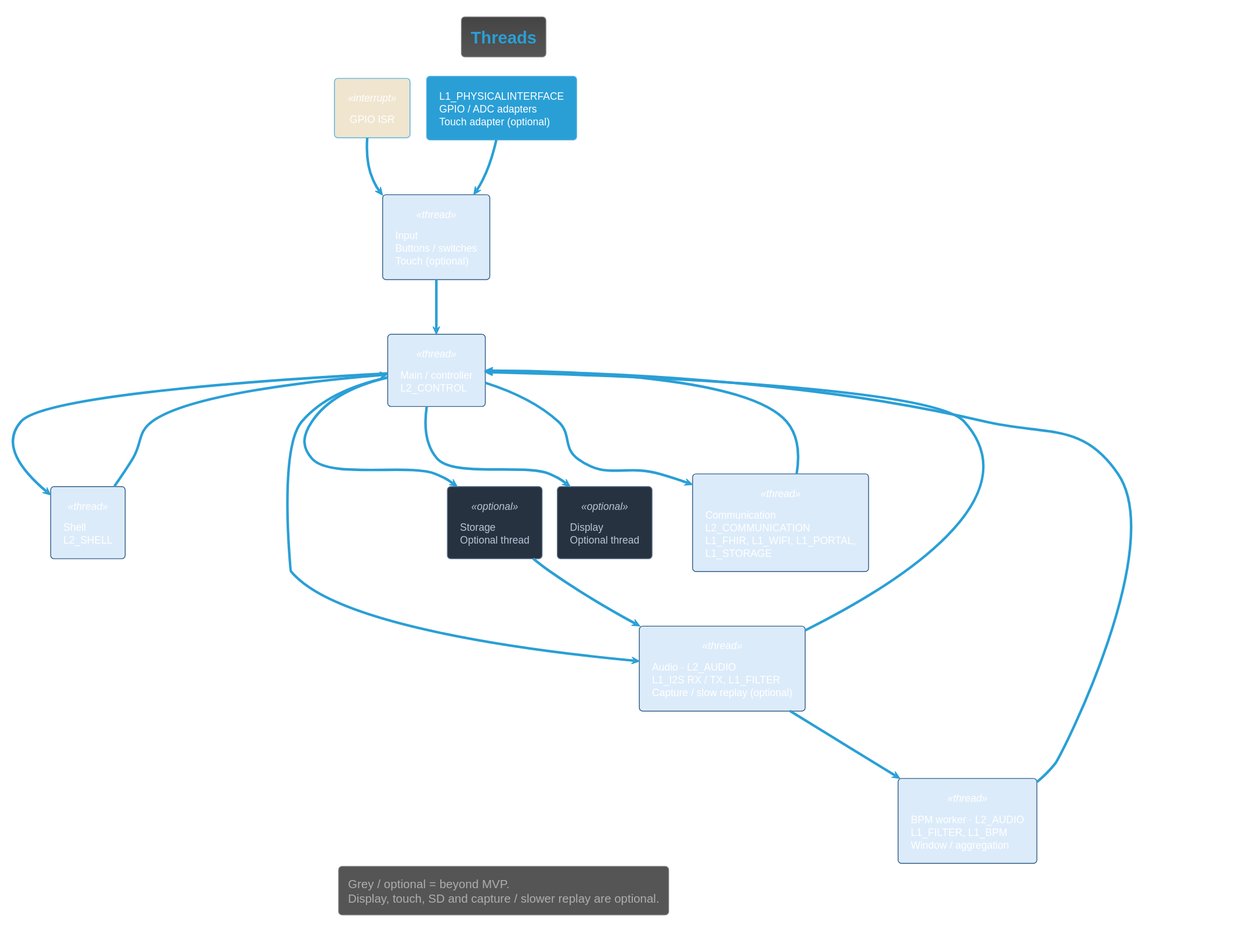
DemonicPsychoII/DigitalStethoscope keeps this PlantUML diagram as Development/system/architecture/system/rendered/runtime_ownership.svg. Above is the earlier version.
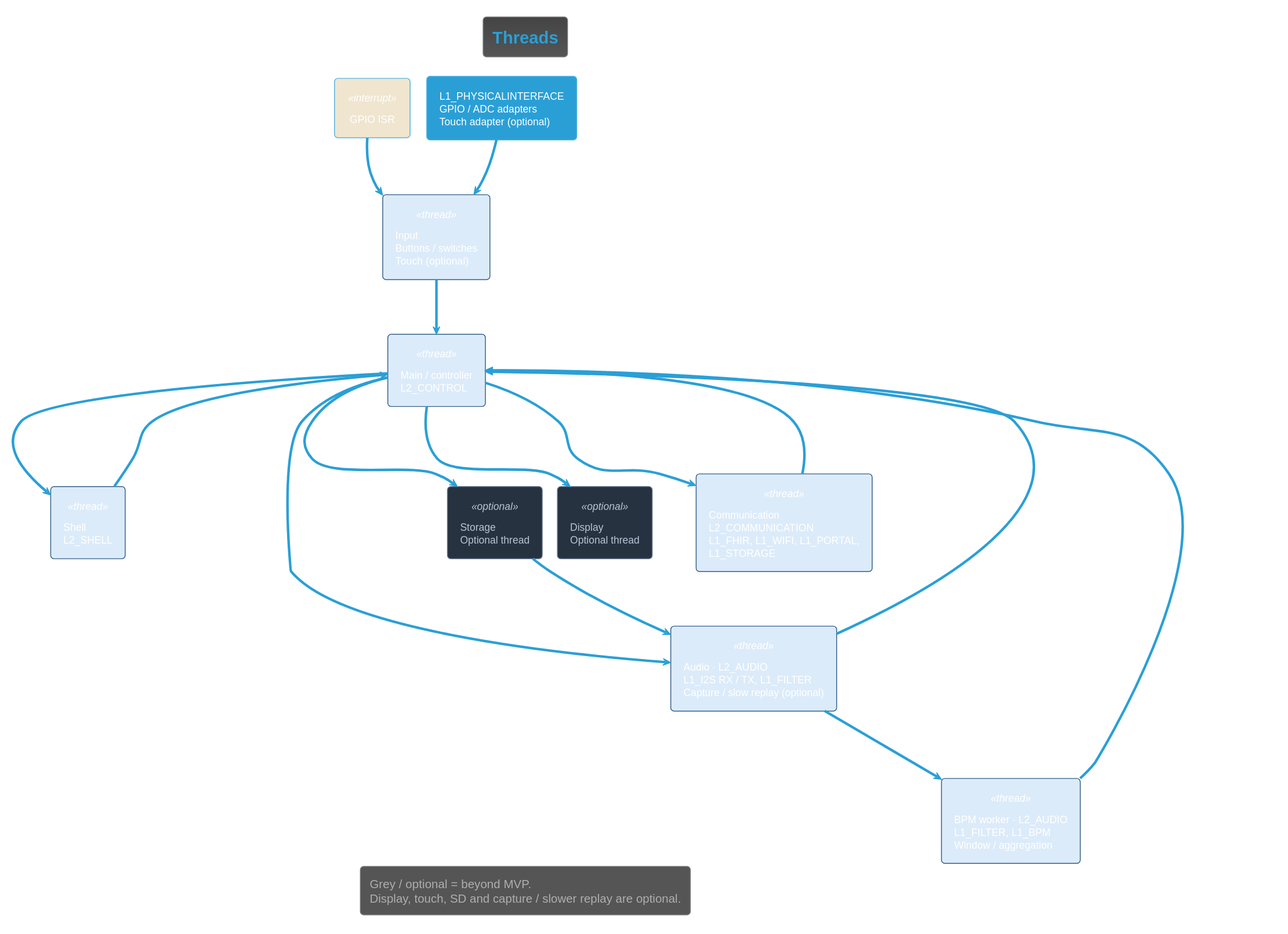
Above is the later version.

Commit message:
documentation: regenerate the corrected architecture views

Committed by GPT-6.1-Sol on behalf of Nico running in codex.

What changed in the source:
```diff
@@ -43,8 +43,8 @@
 ctl --> storage : file request · k_msgq
 storage --> audio : file audio · block handles / k_msgq
 ctl --> display : UI state · snapshot copy
-ctl --> net : Wi-Fi requested state · k_msgq\nLater: BPM result + network lease · k_msgq
-net --> ctl : confirmed Wi-Fi release · k_msgq\nLater: send outcome · k_msgq
+ctl --> net : Wi-Fi requested state · spinlock + semaphore\nLater: BPM result + network lease · k_msgq
+net --> ctl : confirmed Wi-Fi release · synchronized flag\nLater: send outcome · k_msgq
 legend bottom
   Grey / optional = beyond MVP.
   Display, touch, SD and capture / slower replay are optional.
```
